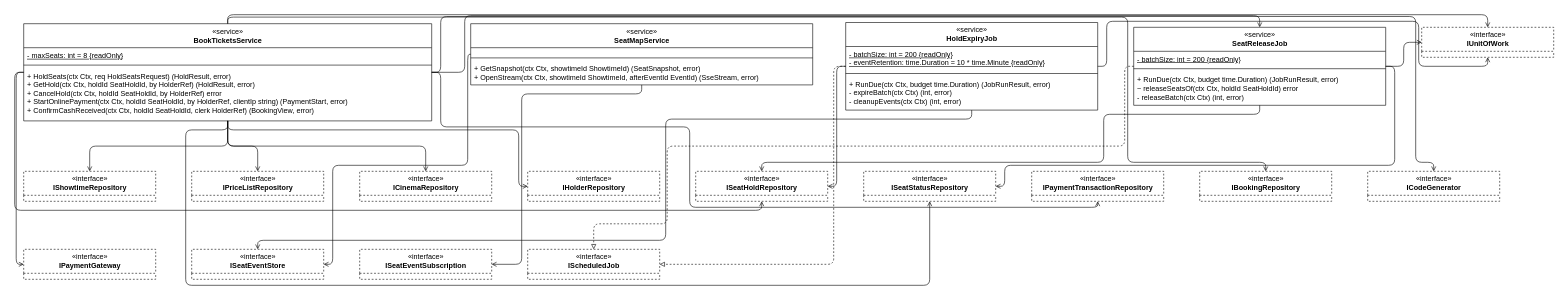
This is design/diagrams/P12-class-PKG-13.drawio from luytbq/app-dat-ve-xem-phim, a draw.io file, before an edit. Source tidied: cells renumbered, new cells numbered last; positions are measured from the earlier drawing's top-left corner, leaving out a move shared by most shapes. Both pictures are drawn from the tidied source at 60%, with x=0, y=0 at pixel (14, 14).
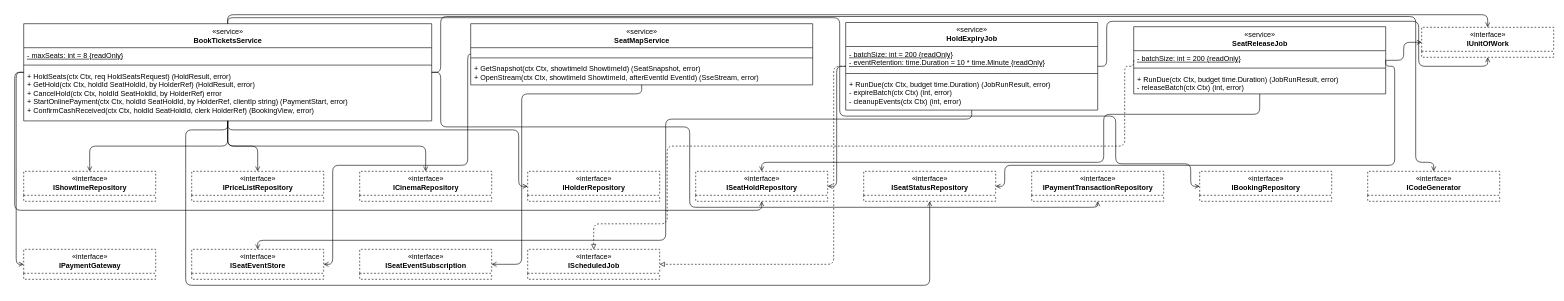
Above is the later version.

Unchanged cells that the change refers to:
```xml
<mxCell id="2" value="«service»&lt;br&gt;&lt;b&gt;BookTicketsService&lt;/b&gt;" style="swimlane;fontStyle=0;align=center;horizontal=1;startSize=40;html=1;" parent="1" vertex="1">
  <mxGeometry x="15" y="15" width="680" height="162" as="geometry" />
</mxCell>
<mxCell id="26" value="«interface»&lt;br&gt;&lt;b&gt;IBookingRepository&lt;/b&gt;" style="swimlane;fontStyle=0;align=center;horizontal=1;startSize=40;html=1;dashed=1;" parent="1" vertex="1">
  <mxGeometry x="1975" y="261" width="220" height="50" as="geometry" />
</mxCell>
```

What changed in the source:
```diff
@@
     <mxCell id="14" value="«service»&lt;br&gt;&lt;b&gt;SeatReleaseJob&lt;/b&gt;" style="swimlane;fontStyle=0;align=center;horizontal=1;startSize=40;html=1;" parent="1" vertex="1">
-      <mxGeometry x="1865" y="21" width="420" height="130" as="geometry" />
+      <mxGeometry x="1865" y="20" width="420" height="112" as="geometry" />
     </mxCell>
@@
-    <mxCell id="17" value="+ RunDue(ctx Ctx, budget time.Duration) (JobRunResult, error)&lt;br&gt;~ releaseSeatsOf(ctx Ctx, holdId SeatHoldId) error&lt;br&gt;- releaseBatch(ctx Ctx) (int, error)" style="text;strokeColor=none;fillColor=none;align=left;verticalAlign=top;spacingLeft=4;spacingRight=4;overflow=hidden;whiteSpace=wrap;html=1;" parent="14" vertex="1">
-      <mxGeometry y="74" width="420" height="56" as="geometry" />
+    <mxCell id="17" value="+ RunDue(ctx Ctx, budget time.Duration) (JobRunResult, error)&lt;br&gt;- releaseBatch(ctx Ctx) (int, error)" style="text;strokeColor=none;fillColor=none;align=left;verticalAlign=top;spacingLeft=4;spacingRight=4;overflow=hidden;whiteSpace=wrap;html=1;" parent="14" vertex="1">
+      <mxGeometry y="74" width="420" height="38" as="geometry" />
     </mxCell>
@@
-    <mxCell id="40" style="edgeStyle=orthogonalEdgeStyle;html=1;endArrow=open;endFill=0;exitX=0.5;exitY=0;exitDx=0;exitDy=0;entryX=0.5;entryY=0;entryDx=0;entryDy=0;" parent="1" edge="1" source="2" target="26">
+    <mxCell id="40" style="edgeStyle=orthogonalEdgeStyle;html=1;endArrow=open;endFill=0;exitX=0.5;exitY=0;exitDx=0;exitDy=0;entryX=0;entryY=0.5;entryDx=0;entryDy=0;" parent="1" edge="1" source="2" target="26">
       <mxGeometry relative="1" as="geometry">
         <Array as="points">
-          <mxPoint x="355" y="4" />
-          <mxPoint x="1855" y="4" />
-          <mxPoint x="1855" y="246" />
-          <mxPoint x="2085" y="246" />
+          <mxPoint x="355" y="5" />
+          <mxPoint x="1375" y="5" />
+          <mxPoint x="1375" y="169" />
+          <mxPoint x="1835" y="169" />
+          <mxPoint x="1835" y="248.5" />
+          <mxPoint x="1960" y="248.5" />
+          <mxPoint x="1960" y="286" />
         </Array>
       </mxGeometry>
     </mxCell>
@@
-    <mxCell id="43" style="edgeStyle=orthogonalEdgeStyle;html=1;endArrow=open;endFill=0;exitX=1;exitY=0.5;exitDx=0;exitDy=0;entryX=0.5;entryY=0;entryDx=0;entryDy=0;" parent="1" edge="1" source="2" target="14">
-      <mxGeometry relative="1" as="geometry">
-        <Array as="points">
-          <mxPoint x="750" y="96" />
-          <mxPoint x="750" y="1.5" />
-          <mxPoint x="2075" y="1.5" />
-        </Array>
-      </mxGeometry>
-    </mxCell>
```
